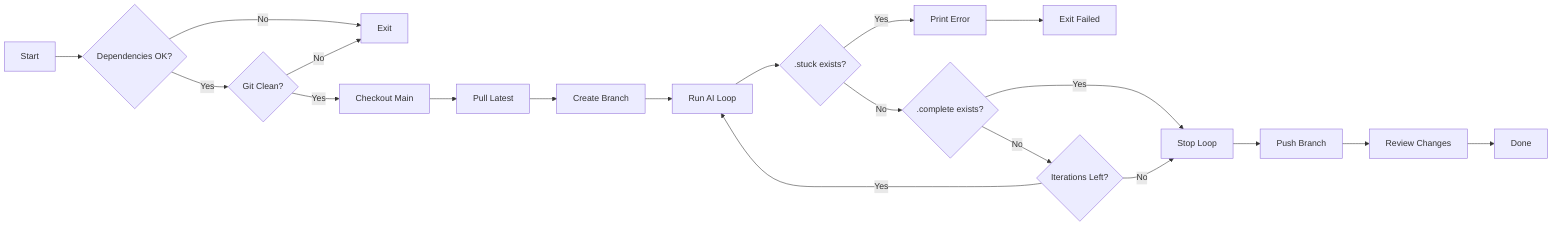
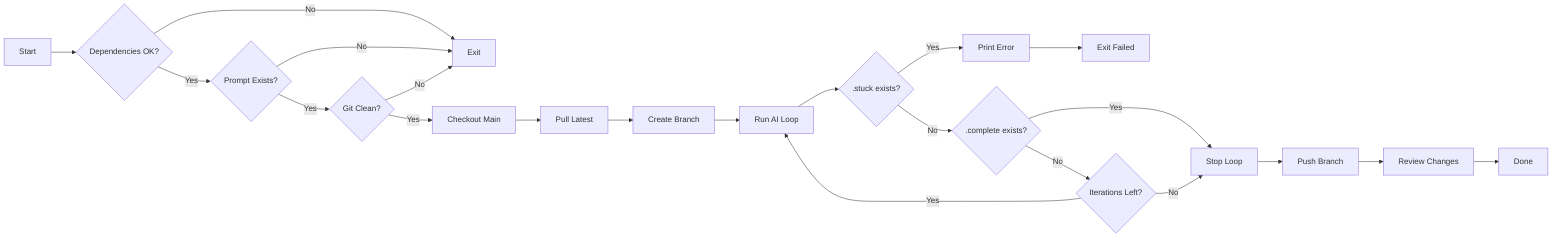
flowchart LR
    A[Start] --> B{Dependencies OK?}

    B -->|No| C[Exit]
-     B -->|Yes| D{Git Clean?}
+     B -->|Yes| D{Prompt Exists?}

    D -->|No| C
-     D -->|Yes| E[Checkout Main]
+     D -->|Yes| E{Git Clean?}

-     E --> F[Pull Latest]
-     F --> G[Create Branch]
+     E -->|No| C
+     E -->|Yes| F[Checkout Main]

-     G --> H[Run AI Loop]
+     F --> G[Pull Latest]
+     G --> H[Create Branch]

-     H --> I{.stuck exists?}
-     I -->|Yes| J[Print Error]
-     J --> K[Exit Failed]
+     H --> I[Run AI Loop]

-     I -->|No| L{.complete exists?}
+     I --> J{.stuck exists?}
+     J -->|Yes| K[Print Error]
+     K --> L[Exit Failed]

-     L -->|Yes| M[Stop Loop]
-     L -->|No| N{Iterations Left?}
+     J -->|No| M{.complete exists?}

-     N -->|Yes| H
-     N -->|No| M
+     M -->|Yes| N[Stop Loop]
+     M -->|No| O{Iterations Left?}

-     M --> O[Push Branch]
+     O -->|Yes| I
+     O -->|No| N

-     O --> P[Review Changes]
+     N --> P[Push Branch]

-     P --> Q[Done]
+     P --> Q[Review Changes]
+ 
+     Q --> R[Done]
